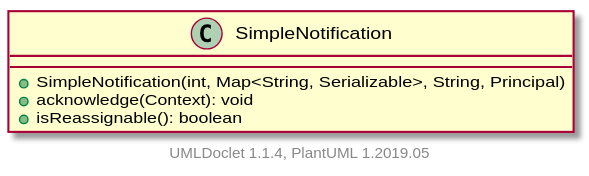
This is apidocs/2.11.0.M8-SNAPSHOT/org/apache/wiki/workflow/SimpleNotification.svg from apache/jspwiki-site, a PlantUML export, as it was before one commit.
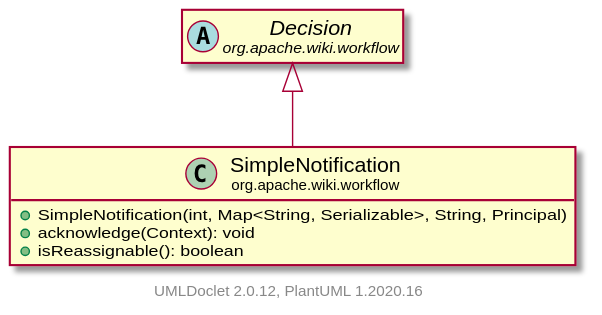
After the commit.

Change to the diagram source:
```diff
@@ -1,11 +1,17 @@
 @startuml
+    set namespaceSeparator none
+    hide empty fields
+    hide empty methods
 
-    class SimpleNotification [[SimpleNotification.html]] {
+    class "<size:14>SimpleNotification\n<size:10>org.apache.wiki.workflow" as org.apache.wiki.workflow.SimpleNotification [[SimpleNotification.html]] {
         +SimpleNotification(int, Map<String, Serializable>, String, Principal)
         +acknowledge(Context): void
         +isReassignable(): boolean
     }
 
+    abstract class "<size:14>Decision\n<size:10>org.apache.wiki.workflow" as org.apache.wiki.workflow.Decision [[Decision.html]]
 
-    center footer UMLDoclet 1.1.4, PlantUML 1.2019.05
+    org.apache.wiki.workflow.Decision <|-- org.apache.wiki.workflow.SimpleNotification
+
+    center footer UMLDoclet 2.0.12, PlantUML 1.2020.16
 @enduml
```
